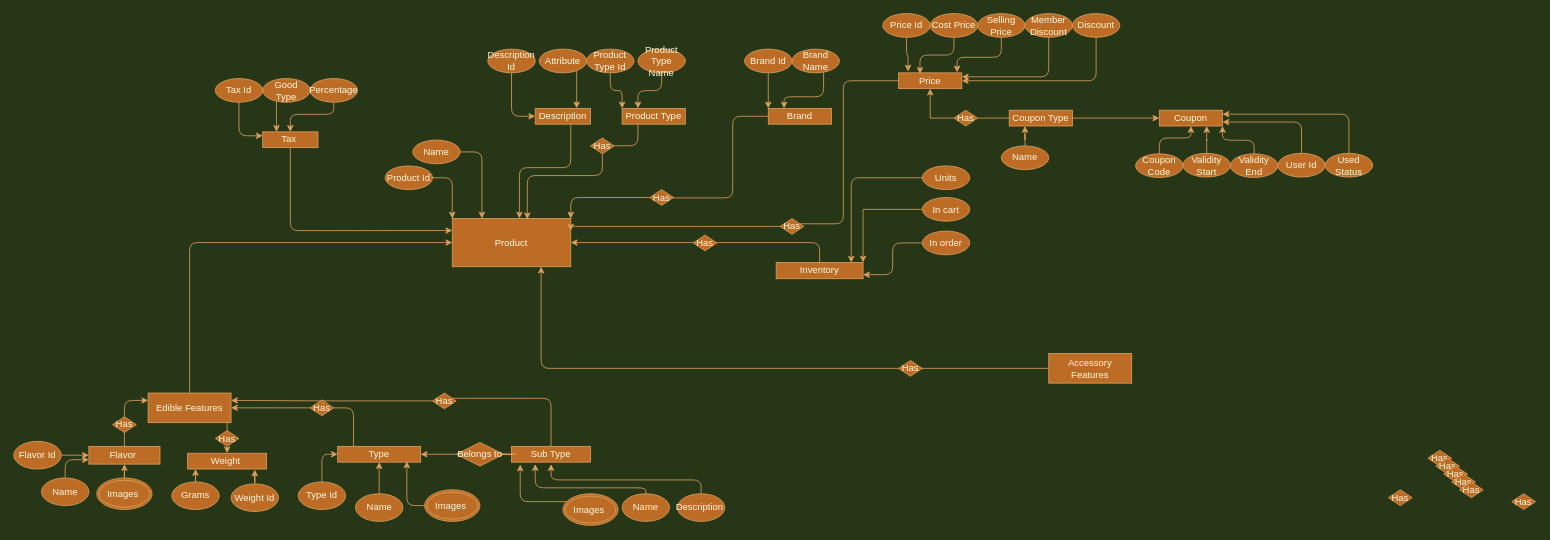
Before: Backend.drawio in JamesHellerAnish/Blog, a draw.io diagram. Source tidied: cells renumbered, new cells numbered last; positions are measured from the earlier drawing's top-left corner, leaving out a move shared by most shapes. Both pictures are drawn from the tidied source at 79%, with x=0, y=0 at pixel (13, 13).
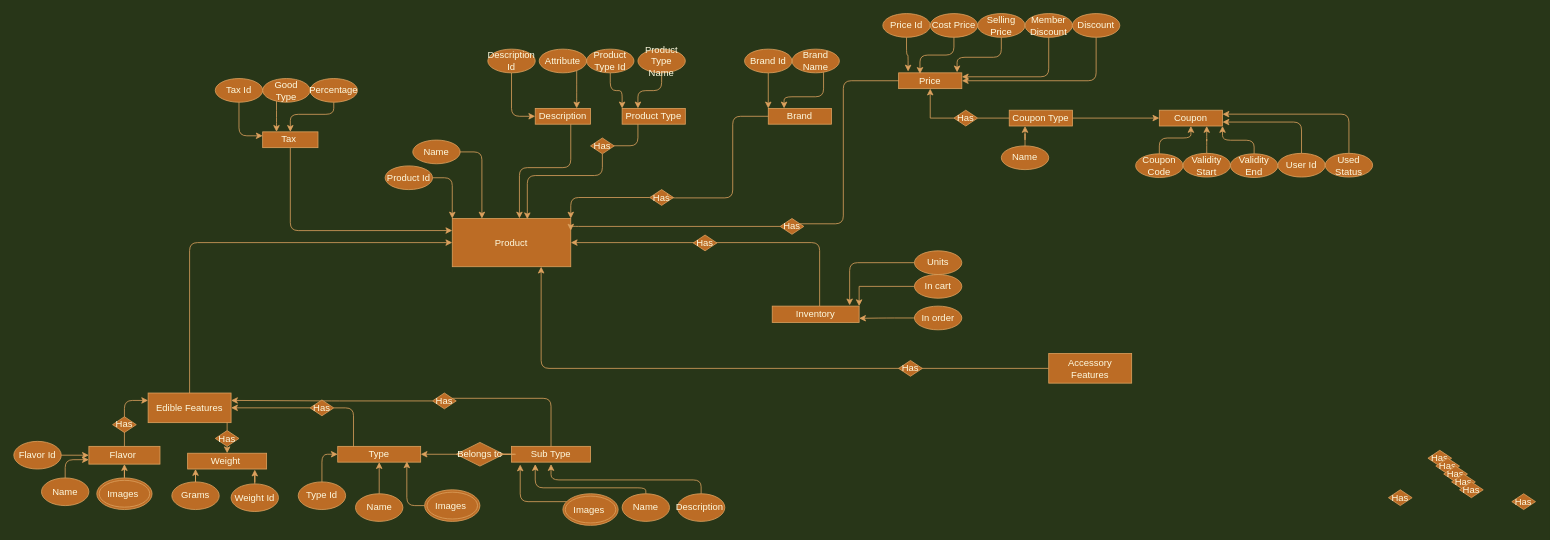
After the change.

Change to the diagram source:
```diff
@@
     <mxCell id="3" value="Inventory" style="rounded=0;whiteSpace=wrap;html=1;fillColor=#BC6C25;strokeColor=#DDA15E;fontColor=#FEFAE0;" parent="1" vertex="1">
-      <mxGeometry x="965" y="314.7" width="110" height="20.6" as="geometry" />
+      <mxGeometry x="960" y="370" width="110" height="20.6" as="geometry" />
     </mxCell>
@@
-    <mxCell id="8" style="edgeStyle=orthogonalEdgeStyle;curved=0;rounded=1;sketch=0;jettySize=auto;html=1;fontColor=#FEFAE0;strokeColor=#DDA15E;fillColor=#BC6C25;labelBackgroundColor=#283618;" parent="1" edge="1" source="9">
-      <mxGeometry relative="1" as="geometry">
-        <mxPoint x="1060" y="315" as="targetPoint" />
-        <Array as="points">
-          <mxPoint x="1060" y="208" />
-          <mxPoint x="1060" y="315" />
-        </Array>
-      </mxGeometry>
-    </mxCell>
+    <mxCell id="131" style="edgeStyle=orthogonalEdgeStyle;curved=0;rounded=1;sketch=0;jettySize=auto;html=1;entryX=0.891;entryY=-0.048;entryDx=0;entryDy=0;fontColor=#FEFAE0;strokeColor=#DDA15E;fillColor=#BC6C25;entryPerimeter=0;" parent="1" edge="1" source="9" target="3">
+      <mxGeometry relative="1" as="geometry" />
+    </mxCell>
     <mxCell id="9" value="Units" style="ellipse;whiteSpace=wrap;html=1;rotation=0;fillColor=#BC6C25;strokeColor=#DDA15E;fontColor=#FEFAE0;" parent="1" vertex="1">
-      <mxGeometry x="1150" y="192.5" width="60" height="30" as="geometry" />
+      <mxGeometry x="1140" y="300" width="60" height="30" as="geometry" />
     </mxCell>
@@
     <mxCell id="11" value="In cart" style="ellipse;whiteSpace=wrap;html=1;rotation=0;fillColor=#BC6C25;strokeColor=#DDA15E;fontColor=#FEFAE0;" parent="1" vertex="1">
-      <mxGeometry x="1150" y="232.5" width="60" height="30" as="geometry" />
+      <mxGeometry x="1140" y="330" width="60" height="30" as="geometry" />
     </mxCell>
@@
     <mxCell id="13" value="In order" style="ellipse;whiteSpace=wrap;html=1;rotation=0;fillColor=#BC6C25;strokeColor=#DDA15E;fontColor=#FEFAE0;" parent="1" vertex="1">
-      <mxGeometry x="1150" y="275" width="60" height="30" as="geometry" />
+      <mxGeometry x="1140" y="370" width="60" height="30" as="geometry" />
     </mxCell>
```
